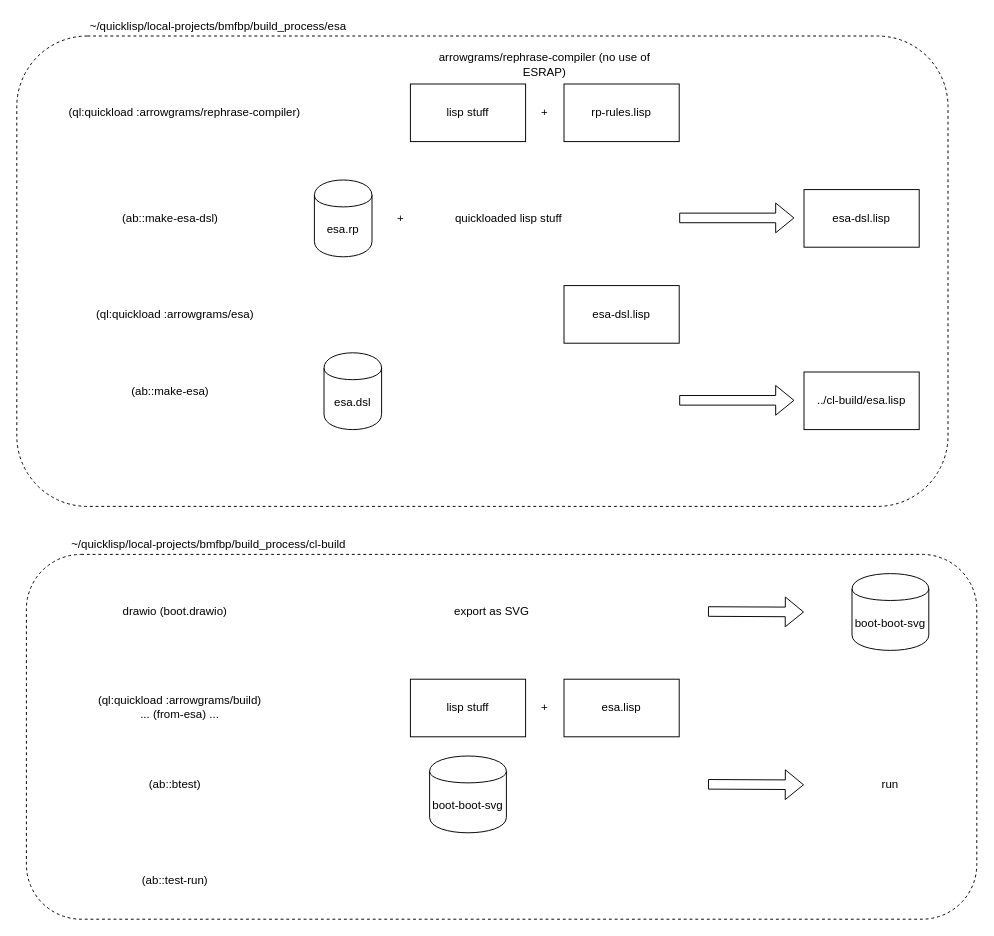
The draw.io diagram build_process/cl-build/dsls.drawio in bmfbp/bmfbp, before the edit. Source tidied: cells renumbered, new cells numbered last; positions are measured from the earlier drawing's top-left corner, leaving out a move shared by most shapes. Both pictures are drawn from the tidied source at 96%, with x=0, y=0 at pixel (16, 16).
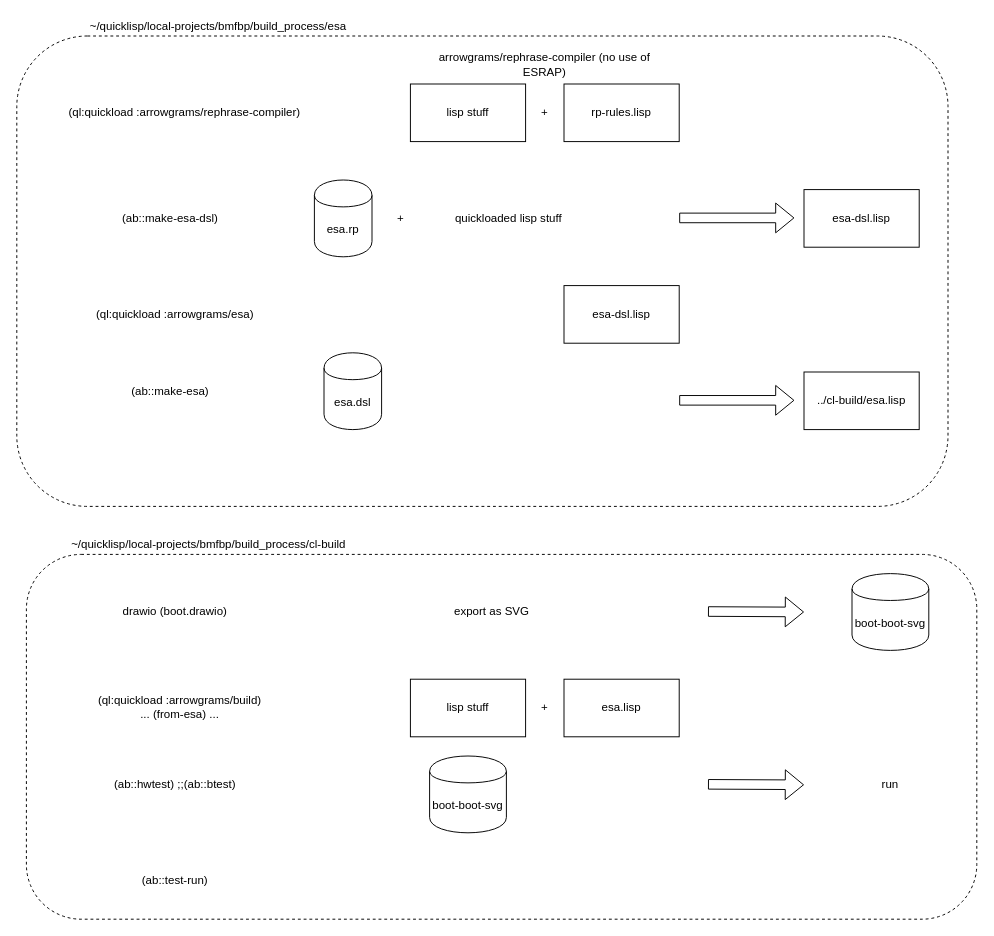
The same page after the edit.

The edit, as a diff of the source:
```diff
@@
-    <mxCell id="31" value="(ab::btest)" style="text;html=1;strokeColor=none;fillColor=none;align=center;verticalAlign=middle;whiteSpace=wrap;rounded=0;" parent="1" vertex="1">
+    <mxCell id="31" value="(ab::hwtest) ;;(ab::btest)" style="text;html=1;strokeColor=none;fillColor=none;align=center;verticalAlign=middle;whiteSpace=wrap;rounded=0;" parent="1" vertex="1">
       <mxGeometry x="30" y="790" width="270" height="20" as="geometry" />
     </mxCell>
```
